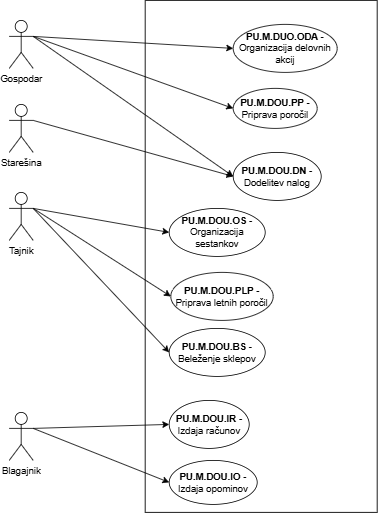
This is Upravni odbor-Primer uporabe.drawio.png from ErnestISv/Lovstvo, a draw.io export, as it was before one commit. Source tidied: cells renumbered, new cells last; positions are measured from the earlier drawing's top-left corner, leaving out a move shared by most shapes.
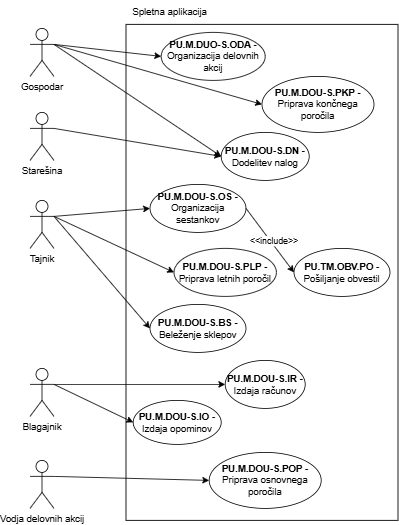
The same diagram one commit later.

Change to the diagram source:
```diff
@@ -3,7 +3,7 @@
     <mxCell id="0" />
     <mxCell id="1" parent="0" />
     <mxCell id="2" style="rounded=0;whiteSpace=wrap;html=1;" parent="1" vertex="1">
-      <mxGeometry x="170" width="290" height="640" as="geometry" />
+      <mxGeometry x="120" y="20" width="340" height="620" as="geometry" />
     </mxCell>
     <mxCell id="3" value="Starešina" style="shape=umlActor;verticalLabelPosition=bottom;verticalAlign=top;html=1;outlineConnect=0;" parent="1" vertex="1">
       <mxGeometry y="130" width="30" height="60" as="geometry" />
@@ -14,32 +14,32 @@
     <mxCell id="5" value="Tajnik" style="shape=umlActor;verticalLabelPosition=bottom;verticalAlign=top;html=1;outlineConnect=0;" parent="1" vertex="1">
       <mxGeometry y="240" width="30" height="60" as="geometry" />
     </mxCell>
-    <mxCell id="6" value="&lt;b&gt;PU.M.DOU.OS -&lt;/b&gt; Organizacija sestankov" style="ellipse;whiteSpace=wrap;html=1;" parent="1" vertex="1">
-      <mxGeometry x="200" y="260" width="120" height="60" as="geometry" />
+    <mxCell id="6" value="&lt;b&gt;PU.M.DOU-S.OS -&lt;/b&gt; Organizacija sestankov" style="ellipse;whiteSpace=wrap;html=1;" parent="1" vertex="1">
+      <mxGeometry x="150" y="220" width="120" height="60" as="geometry" />
     </mxCell>
-    <mxCell id="7" value="&lt;b&gt;PU.M.DUO.ODA -&lt;/b&gt; Organizacija delovnih akcij" style="ellipse;whiteSpace=wrap;html=1;" parent="1" vertex="1">
-      <mxGeometry x="280" y="30" width="130" height="60" as="geometry" />
+    <mxCell id="7" value="&lt;b&gt;PU.M.DUO-S.ODA -&lt;/b&gt; Organizacija delovnih akcij" style="ellipse;whiteSpace=wrap;html=1;" parent="1" vertex="1">
+      <mxGeometry x="164" y="30" width="130" height="60" as="geometry" />
     </mxCell>
-    <mxCell id="8" value="&lt;b&gt;PU.M.DOU.PP -&lt;/b&gt; Priprava poročil" style="ellipse;whiteSpace=wrap;html=1;" parent="1" vertex="1">
-      <mxGeometry x="280" y="110" width="105" height="50" as="geometry" />
+    <mxCell id="8" value="&lt;b&gt;PU.M.DOU-S.PKP -&lt;/b&gt; Priprava končnega poročila" style="ellipse;whiteSpace=wrap;html=1;" parent="1" vertex="1">
+      <mxGeometry x="290" y="85" width="140" height="70" as="geometry" />
     </mxCell>
     <mxCell id="9" value="Blagajnik" style="shape=umlActor;verticalLabelPosition=bottom;verticalAlign=top;html=1;outlineConnect=0;" parent="1" vertex="1">
-      <mxGeometry y="515" width="30" height="60" as="geometry" />
+      <mxGeometry y="450" width="30" height="60" as="geometry" />
     </mxCell>
-    <mxCell id="10" value="&lt;b&gt;PU.M.DOU.IR -&lt;/b&gt; Izdaja računov" style="ellipse;whiteSpace=wrap;html=1;" parent="1" vertex="1">
-      <mxGeometry x="200" y="500" width="100" height="60" as="geometry" />
+    <mxCell id="10" value="&lt;b&gt;PU.M.DOU-S.IR -&lt;/b&gt; Izdaja računov" style="ellipse;whiteSpace=wrap;html=1;" parent="1" vertex="1">
+      <mxGeometry x="244" y="440" width="100" height="60" as="geometry" />
     </mxCell>
-    <mxCell id="11" value="&lt;b&gt;PU.M.DOU.IO -&lt;/b&gt; Izdaja opominov" style="ellipse;whiteSpace=wrap;html=1;" parent="1" vertex="1">
-      <mxGeometry x="200" y="575" width="110" height="55" as="geometry" />
+    <mxCell id="11" value="&lt;b&gt;PU.M.DOU-S.IO -&lt;/b&gt; Izdaja opominov" style="ellipse;whiteSpace=wrap;html=1;" parent="1" vertex="1">
+      <mxGeometry x="129" y="490" width="110" height="55" as="geometry" />
     </mxCell>
-    <mxCell id="12" value="&lt;b&gt;PU.M.DOU.DN -&lt;/b&gt; Dodelitev nalog" style="ellipse;whiteSpace=wrap;html=1;" parent="1" vertex="1">
-      <mxGeometry x="280" y="190" width="110" height="60" as="geometry" />
+    <mxCell id="12" value="&lt;b&gt;PU.M.DOU-S.DN -&lt;/b&gt; Dodelitev nalog" style="ellipse;whiteSpace=wrap;html=1;" parent="1" vertex="1">
+      <mxGeometry x="239" y="155" width="110" height="60" as="geometry" />
     </mxCell>
-    <mxCell id="13" value="&lt;b&gt;PU.M.DOU.PLP -&lt;/b&gt; Priprava letnih poročil" style="ellipse;whiteSpace=wrap;html=1;" parent="1" vertex="1">
-      <mxGeometry x="202" y="340" width="128" height="60" as="geometry" />
+    <mxCell id="13" value="&lt;b&gt;PU.M.DOU-S.PLP -&lt;/b&gt; Priprava letnih poročil" style="ellipse;whiteSpace=wrap;html=1;" parent="1" vertex="1">
+      <mxGeometry x="180" y="300" width="128" height="60" as="geometry" />
     </mxCell>
-    <mxCell id="14" value="&lt;b&gt;PU.M.DOU.BS -&lt;/b&gt; Beleženje sklepov" style="ellipse;whiteSpace=wrap;html=1;" parent="1" vertex="1">
-      <mxGeometry x="200" y="410" width="120" height="60" as="geometry" />
+    <mxCell id="14" value="&lt;b&gt;PU.M.DOU-S.BS -&lt;/b&gt; Beleženje sklepov" style="ellipse;whiteSpace=wrap;html=1;" parent="1" vertex="1">
+      <mxGeometry x="150" y="370" width="120" height="60" as="geometry" />
     </mxCell>
     <mxCell id="15" style="endArrow=classic;html=1;rounded=0;exitX=1;exitY=0.3333333333333333;exitDx=0;exitDy=0;exitPerimeter=0;entryX=0;entryY=0.5;entryDx=0;entryDy=0;fillColor=#FF3A3A;" parent="1" edge="1" source="5" target="14">
       <mxGeometry relative="1" as="geometry" />
@@ -68,5 +68,26 @@
     <mxCell id="23" style="endArrow=classic;html=1;rounded=0;exitX=1;exitY=0.3333333333333333;exitDx=0;exitDy=0;exitPerimeter=0;entryX=0;entryY=0.5;entryDx=0;entryDy=0;" parent="1" edge="1" source="4" target="12">
       <mxGeometry relative="1" as="geometry" />
     </mxCell>
+    <mxCell id="24" value="&lt;b&gt;PU.TM.OBV.PO - &lt;/b&gt;Pošiljanje obvestil" style="ellipse;whiteSpace=wrap;html=1;" parent="1" vertex="1">
+      <mxGeometry x="330" y="300" width="120" height="60" as="geometry" />
+    </mxCell>
+    <mxCell id="25" value="Spletna aplikacija" style="text;html=1;align=center;verticalAlign=middle;whiteSpace=wrap;rounded=0;" parent="1" vertex="1">
+      <mxGeometry x="120" y="-10" width="110" height="30" as="geometry" />
+    </mxCell>
+    <mxCell id="26" style="endArrow=classic;html=1;rounded=0;entryX=0;entryY=0.5;entryDx=0;entryDy=0;exitX=1;exitY=0.5;exitDx=0;exitDy=0;" parent="1" edge="1" source="6" target="24">
+      <mxGeometry relative="1" as="geometry" />
+    </mxCell>
+    <mxCell id="27" value="&amp;lt;&amp;lt;include&amp;gt;&amp;gt;" style="edgeLabel;html=1;align=center;verticalAlign=middle;" parent="26" vertex="1">
+      <mxGeometry x="0.06" y="3" relative="1" as="geometry" />
+    </mxCell>
+    <mxCell id="28" value="Vodja delovnih akcij" style="shape=umlActor;verticalLabelPosition=bottom;verticalAlign=top;html=1;outlineConnect=0;" parent="1" vertex="1">
+      <mxGeometry y="565" width="30" height="60" as="geometry" />
+    </mxCell>
+    <mxCell id="29" value="&lt;b&gt;PU.M.DOU-S.POP -&lt;/b&gt; Priprava osnovnega poročila" style="ellipse;whiteSpace=wrap;html=1;" parent="1" vertex="1">
+      <mxGeometry x="224" y="555" width="140" height="70" as="geometry" />
+    </mxCell>
+    <mxCell id="30" style="endArrow=classic;html=1;rounded=0;exitX=1;exitY=0.3333333333333333;exitDx=0;exitDy=0;exitPerimeter=0;entryX=0;entryY=0.5;entryDx=0;entryDy=0;" parent="1" edge="1" source="28" target="29">
+      <mxGeometry relative="1" as="geometry" />
+    </mxCell>
   </root>
 </mxGraphModel>
```
